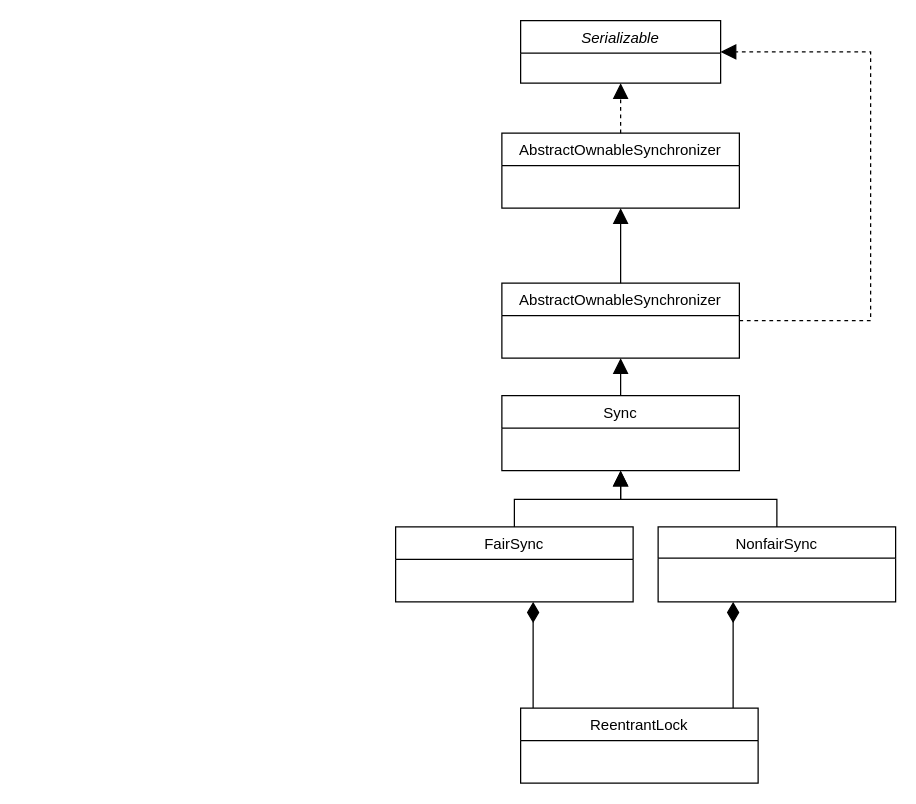
Above: 工作项目/reentrantLock.drawio in springcloud-boot/draw.io (draw.io), before the change. Source tidied: cells renumbered, new cells numbered last; positions are measured from the earlier drawing's top-left corner, leaving out a move shared by most shapes. Both pictures are drawn from the tidied source at 125%, with x=0, y=0 at pixel (395, 20).
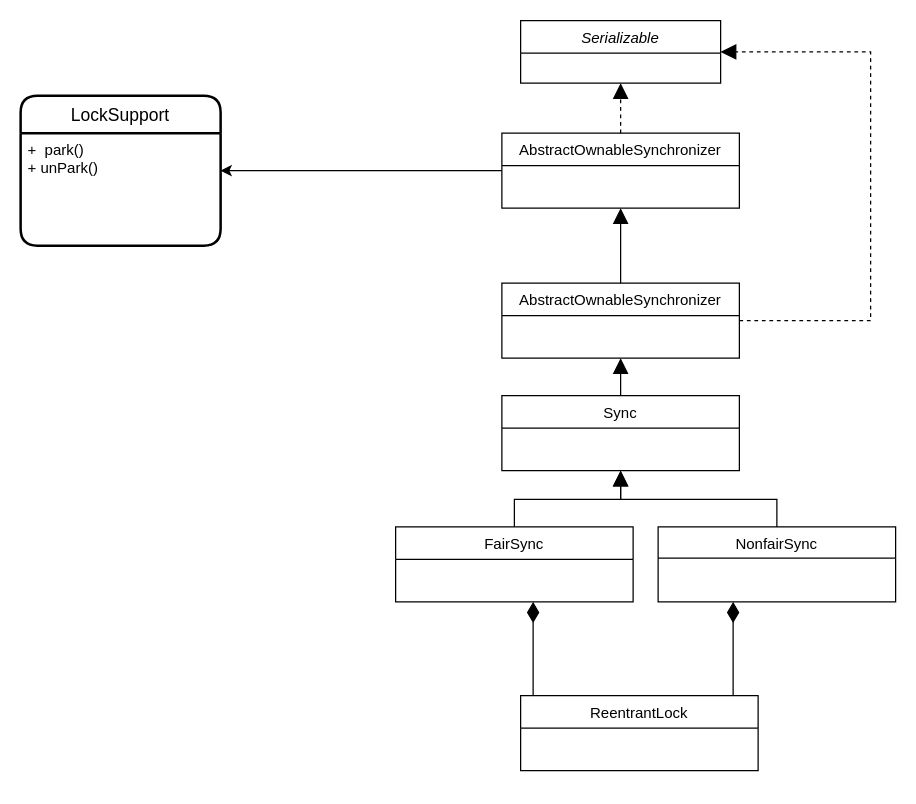
The same diagram, later.

Unchanged cells that the change refers to:
```xml
<mxCell id="3" value="AbstractOwnableSynchronizer" style="swimlane;fontStyle=0;align=center;verticalAlign=top;horizontal=1;startSize=26;rounded=0;shadow=0;strokeWidth=1;" parent="1" vertex="1">
  <mxGeometry x="85" y="90" width="190" height="60" as="geometry" />
</mxCell>
```

What changed in the source:
```diff
@@
+    <mxCell id="17" style="edgeStyle=orthogonalEdgeStyle;rounded=0;jettySize=auto;html=1;endArrow=classic;endFill=1;endSize=6;strokeWidth=1;startSize=10;" parent="1" edge="1" source="3" target="18">
+      <mxGeometry relative="1" as="geometry" />
+    </mxCell>
@@
     <mxCell id="16" value="ReentrantLock" style="swimlane;fontStyle=0;align=center;verticalAlign=top;horizontal=1;startSize=26;rounded=0;shadow=0;strokeWidth=1;" parent="1" vertex="1">
-      <mxGeometry x="100" y="550" width="190" height="60" as="geometry" />
+      <mxGeometry x="100" y="540" width="190" height="60" as="geometry" />
     </mxCell>
+    <mxCell id="18" value="LockSupport" style="swimlane;horizontal=1;startSize=30;rounded=1;fontSize=14;fontStyle=0;strokeWidth=2;shadow=0;dashed=0;align=center;" parent="1" vertex="1">
+      <mxGeometry x="-300" y="60" width="160" height="120" as="geometry" />
+    </mxCell>
+    <mxCell id="19" value="+  park()&#10;+ unPark()" style="align=left;strokeColor=none;fillColor=none;spacingLeft=4;fontSize=12;verticalAlign=top;" parent="18" vertex="1">
+      <mxGeometry y="30" width="160" height="90" as="geometry" />
+    </mxCell>
```
